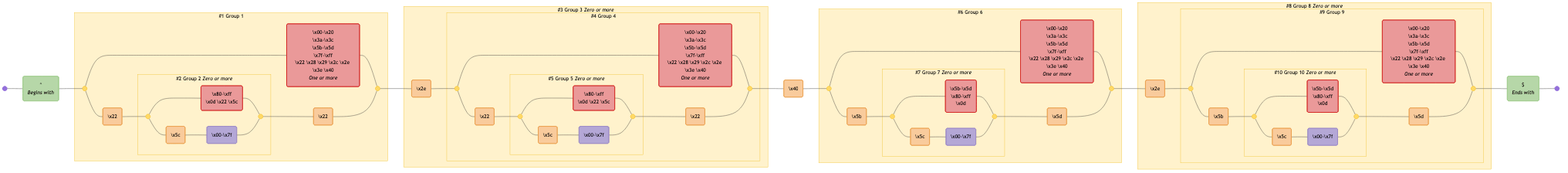
This is diagrams/email-rfc2822.mermaid-diagram.png from tayles/regex-to-mermaid, a Mermaid export, as it was before one commit. Its source is kept beside it as diagrams/email-rfc2822.mermaid.
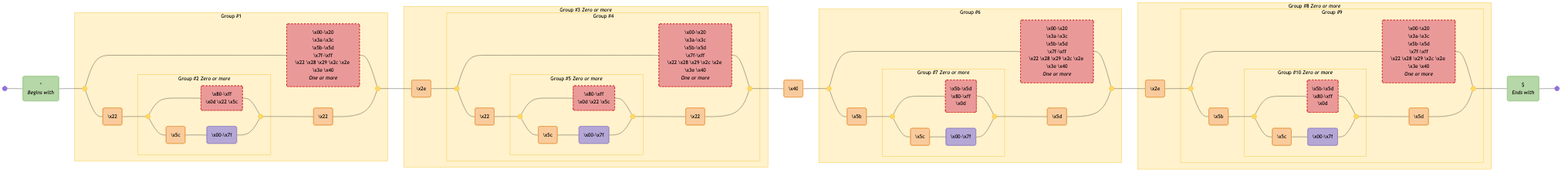
After the commit.

The edit, as a diff of the source:
```diff
@@ -7,124 +7,124 @@
   assertion_1("^<br><i>Begins with</i>"):::assertion;
   disjunction_begin_1:::disjunction@{ shape: f-circ };
   disjunction_end_1:::disjunction@{ shape: f-circ };
-  negated_char_class_1("\x00-\x20<br>\x3a-\x3c<br>\x5b-\x5d<br>\x7f-\xff<br>\x22 \x28 \x29 \x2c \x2e \x3e \x40<br><i>One or more</i>"):::negated-char-class;
+  char_class_1("\x00-\x20<br>\x3a-\x3c<br>\x5b-\x5d<br>\x7f-\xff<br>\x22 \x28 \x29 \x2c \x2e \x3e \x40<br><i>One or more</i>"):::negated-char-class;
   literal_1("\x22"):::literal;
   disjunction_begin_2:::disjunction@{ shape: f-circ };
   disjunction_end_2:::disjunction@{ shape: f-circ };
-  negated_char_class_2("\x80-\xff<br>\x0d \x22 \x5c"):::negated-char-class;
+  char_class_2("\x80-\xff<br>\x0d \x22 \x5c"):::negated-char-class;
   literal_2("\x5c"):::literal;
-  char_class_1("\x00-\x7f"):::char-class;
+  char_class_3("\x00-\x7f"):::char-class;
   literal_3("\x22"):::literal;
   literal_4("\x2e"):::literal;
   disjunction_begin_3:::disjunction@{ shape: f-circ };
   disjunction_end_3:::disjunction@{ shape: f-circ };
-  negated_char_class_3("\x00-\x20<br>\x3a-\x3c<br>\x5b-\x5d<br>\x7f-\xff<br>\x22 \x28 \x29 \x2c \x2e \x3e \x40<br><i>One or more</i>"):::negated-char-class;
+  char_class_4("\x00-\x20<br>\x3a-\x3c<br>\x5b-\x5d<br>\x7f-\xff<br>\x22 \x28 \x29 \x2c \x2e \x3e \x40<br><i>One or more</i>"):::negated-char-class;
   literal_5("\x22"):::literal;
   disjunction_begin_4:::disjunction@{ shape: f-circ };
   disjunction_end_4:::disjunction@{ shape: f-circ };
-  negated_char_class_4("\x80-\xff<br>\x0d \x22 \x5c"):::negated-char-class;
+  char_class_5("\x80-\xff<br>\x0d \x22 \x5c"):::negated-char-class;
   literal_6("\x5c"):::literal;
-  char_class_2("\x00-\x7f"):::char-class;
+  char_class_6("\x00-\x7f"):::char-class;
   literal_7("\x22"):::literal;
   literal_8("\x40"):::literal;
   disjunction_begin_5:::disjunction@{ shape: f-circ };
   disjunction_end_5:::disjunction@{ shape: f-circ };
-  negated_char_class_5("\x00-\x20<br>\x3a-\x3c<br>\x5b-\x5d<br>\x7f-\xff<br>\x22 \x28 \x29 \x2c \x2e \x3e \x40<br><i>One or more</i>"):::negated-char-class;
+  char_class_7("\x00-\x20<br>\x3a-\x3c<br>\x5b-\x5d<br>\x7f-\xff<br>\x22 \x28 \x29 \x2c \x2e \x3e \x40<br><i>One or more</i>"):::negated-char-class;
   literal_9("\x5b"):::literal;
   disjunction_begin_6:::disjunction@{ shape: f-circ };
   disjunction_end_6:::disjunction@{ shape: f-circ };
-  negated_char_class_6("\x5b-\x5d<br>\x80-\xff<br>\x0d"):::negated-char-class;
+  char_class_8("\x5b-\x5d<br>\x80-\xff<br>\x0d"):::negated-char-class;
   literal_10("\x5c"):::literal;
-  char_class_3("\x00-\x7f"):::char-class;
+  char_class_9("\x00-\x7f"):::char-class;
   literal_11("\x5d"):::literal;
   literal_12("\x2e"):::literal;
   disjunction_begin_7:::disjunction@{ shape: f-circ };
   disjunction_end_7:::disjunction@{ shape: f-circ };
-  negated_char_class_7("\x00-\x20<br>\x3a-\x3c<br>\x5b-\x5d<br>\x7f-\xff<br>\x22 \x28 \x29 \x2c \x2e \x3e \x40<br><i>One or more</i>"):::negated-char-class;
+  char_class_10("\x00-\x20<br>\x3a-\x3c<br>\x5b-\x5d<br>\x7f-\xff<br>\x22 \x28 \x29 \x2c \x2e \x3e \x40<br><i>One or more</i>"):::negated-char-class;
   literal_13("\x5b"):::literal;
   disjunction_begin_8:::disjunction@{ shape: f-circ };
   disjunction_end_8:::disjunction@{ shape: f-circ };
-  negated_char_class_8("\x5b-\x5d<br>\x80-\xff<br>\x0d"):::negated-char-class;
+  char_class_11("\x5b-\x5d<br>\x80-\xff<br>\x0d"):::negated-char-class;
   literal_14("\x5c"):::literal;
-  char_class_4("\x00-\x7f"):::char-class;
+  char_class_12("\x00-\x7f"):::char-class;
   literal_15("\x5d"):::literal;
   assertion_2("$<br><i>Ends with</i>"):::assertion;
 
-  subgraph standard_2 ["#2 Group 2 <i>Zero or more</i>"]
+  subgraph standard_2 ["Group #2 <i>Zero or more</i>"]
     disjunction_begin_2
     disjunction_end_2
-    negated_char_class_2
+    char_class_2
     literal_2
-    char_class_1
+    char_class_3
   end
 
-  subgraph standard_1 ["#1 Group 1"]
+  subgraph standard_1 ["Group #1"]
     standard_2
     disjunction_begin_1
     disjunction_end_1
-    negated_char_class_1
+    char_class_1
     literal_1
     literal_3
   end
 
-  subgraph standard_5 ["#5 Group 5 <i>Zero or more</i>"]
+  subgraph standard_5 ["Group #5 <i>Zero or more</i>"]
     disjunction_begin_4
     disjunction_end_4
-    negated_char_class_4
+    char_class_5
     literal_6
-    char_class_2
+    char_class_6
   end
 
-  subgraph standard_4 ["#4 Group 4"]
+  subgraph standard_4 ["Group #4"]
     standard_5
     disjunction_begin_3
     disjunction_end_3
-    negated_char_class_3
+    char_class_4
     literal_5
     literal_7
   end
 
-  subgraph standard_3 ["#3 Group 3 <i>Zero or more</i>"]
+  subgraph standard_3 ["Group #3 <i>Zero or more</i>"]
     standard_5
     standard_4
     literal_4
   end
 
-  subgraph standard_7 ["#7 Group 7 <i>Zero or more</i>"]
+  subgraph standard_7 ["Group #7 <i>Zero or more</i>"]
     disjunction_begin_6
     disjunction_end_6
-    negated_char_class_6
+    char_class_8
     literal_10
-    char_class_3
+    char_class_9
   end
 
-  subgraph standard_6 ["#6 Group 6"]
+  subgraph standard_6 ["Group #6"]
     standard_7
     disjunction_begin_5
     disjunction_end_5
-    negated_char_class_5
+    char_class_7
     literal_9
     literal_11
   end
 
-  subgraph standard_10 ["#10 Group 10 <i>Zero or more</i>"]
+  subgraph standard_10 ["Group #10 <i>Zero or more</i>"]
     disjunction_begin_8
     disjunction_end_8
-    negated_char_class_8
+    char_class_11
     literal_14
-    char_class_4
+    char_class_12
   end
 
-  subgraph standard_9 ["#9 Group 9"]
+  subgraph standard_9 ["Group #9"]
     standard_10
     disjunction_begin_7
     disjunction_end_7
-    negated_char_class_7
+    char_class_10
     literal_13
     literal_15
   end
 
-  subgraph standard_8 ["#8 Group 8 <i>Zero or more</i>"]
+  subgraph standard_8 ["Group #8 <i>Zero or more</i>"]
     standard_10
     standard_9
     literal_12
@@ -132,54 +132,54 @@
 
   start --- assertion_1;
   assertion_1 --- disjunction_begin_1;
-  disjunction_begin_1 --- negated_char_class_1;
-  negated_char_class_1 --- disjunction_end_1;
+  disjunction_begin_1 --- char_class_1;
+  char_class_1 --- disjunction_end_1;
   disjunction_begin_1 --- literal_1;
   literal_1 --- disjunction_begin_2;
-  disjunction_begin_2 --- negated_char_class_2;
-  negated_char_class_2 --- disjunction_end_2;
+  disjunction_begin_2 --- char_class_2;
+  char_class_2 --- disjunction_end_2;
   disjunction_begin_2 --- literal_2;
-  literal_2 --- char_class_1;
-  char_class_1 --- disjunction_end_2;
+  literal_2 --- char_class_3;
+  char_class_3 --- disjunction_end_2;
   disjunction_end_2 --- literal_3;
   literal_3 --- disjunction_end_1;
   disjunction_end_1 --- literal_4;
   literal_4 --- disjunction_begin_3;
-  disjunction_begin_3 --- negated_char_class_3;
-  negated_char_class_3 --- disjunction_end_3;
+  disjunction_begin_3 --- char_class_4;
+  char_class_4 --- disjunction_end_3;
   disjunction_begin_3 --- literal_5;
   literal_5 --- disjunction_begin_4;
-  disjunction_begin_4 --- negated_char_class_4;
-  negated_char_class_4 --- disjunction_end_4;
+  disjunction_begin_4 --- char_class_5;
+  char_class_5 --- disjunction_end_4;
   disjunction_begin_4 --- literal_6;
-  literal_6 --- char_class_2;
-  char_class_2 --- disjunction_end_4;
+  literal_6 --- char_class_6;
+  char_class_6 --- disjunction_end_4;
   disjunction_end_4 --- literal_7;
   literal_7 --- disjunction_end_3;
   disjunction_end_3 --- literal_8;
   literal_8 --- disjunction_begin_5;
-  disjunction_begin_5 --- negated_char_class_5;
-  negated_char_class_5 --- disjunction_end_5;
+  disjunction_begin_5 --- char_class_7;
+  char_class_7 --- disjunction_end_5;
   disjunction_begin_5 --- literal_9;
   literal_9 --- disjunction_begin_6;
-  disjunction_begin_6 --- negated_char_class_6;
-  negated_char_class_6 --- disjunction_end_6;
+  disjunction_begin_6 --- char_class_8;
+  char_class_8 --- disjunction_end_6;
   disjunction_begin_6 --- literal_10;
-  literal_10 --- char_class_3;
-  char_class_3 --- disjunction_end_6;
+  literal_10 --- char_class_9;
+  char_class_9 --- disjunction_end_6;
   disjunction_end_6 --- literal_11;
   literal_11 --- disjunction_end_5;
   disjunction_end_5 --- literal_12;
   literal_12 --- disjunction_begin_7;
-  disjunction_begin_7 --- negated_char_class_7;
-  negated_char_class_7 --- disjunction_end_7;
+  disjunction_begin_7 --- char_class_10;
+  char_class_10 --- disjunction_end_7;
   disjunction_begin_7 --- literal_13;
   literal_13 --- disjunction_begin_8;
-  disjunction_begin_8 --- negated_char_class_8;
-  negated_char_class_8 --- disjunction_end_8;
+  disjunction_begin_8 --- char_class_11;
+  char_class_11 --- disjunction_end_8;
   disjunction_begin_8 --- literal_14;
-  literal_14 --- char_class_4;
-  char_class_4 --- disjunction_end_8;
+  literal_14 --- char_class_12;
+  char_class_12 --- disjunction_end_8;
   disjunction_end_8 --- literal_15;
   literal_15 --- disjunction_end_7;
   disjunction_end_7 --- assertion_2;
@@ -187,7 +187,7 @@
 
   classDef assertion fill:#B6D7A8,stroke:#93C47D,color:#000000;
   classDef disjunction fill:#FFD966,stroke:#F1C232,color:#000000;
-  classDef negated-char-class fill:#EA9999,stroke:#CC0000,color:#000000;
+  classDef negated-char-class fill:#EA9999,stroke:#CC0000,color:#000000,stroke-dasharray: 5 5;
   classDef literal fill:#F9CB9C,stroke:#E69138,color:#000000;
   classDef char-class fill:#B4A7D6,stroke:#8E7CC3,color:#000000;
 
```
